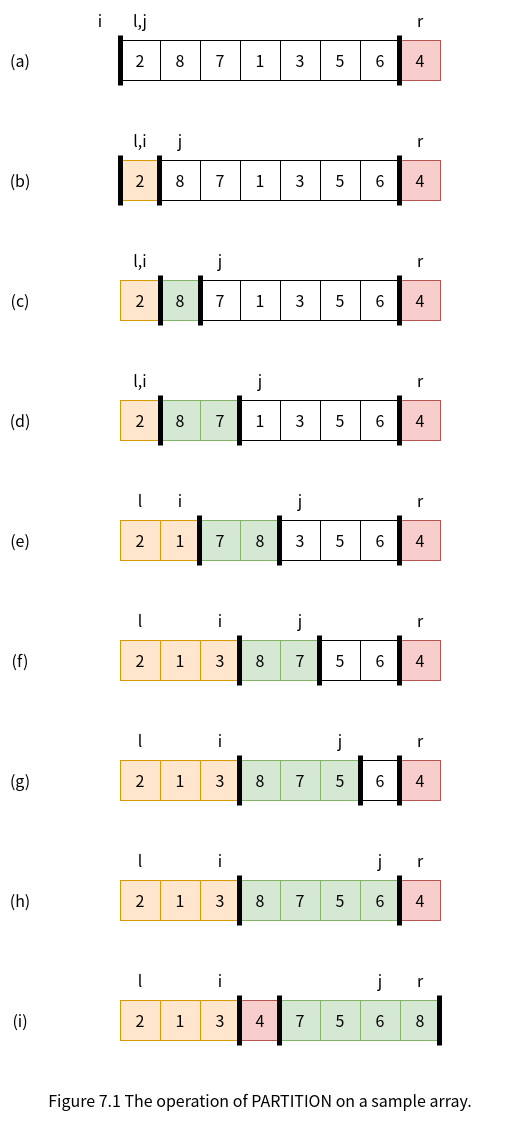
hexu1985/Data.Structures.And.Algorithms.Tutorial keeps this draw.io diagram as sort/quicksort/blog/partition.png. Above is the earlier version. Source tidied: cells renumbered, new cells last; positions are measured from the earlier drawing's top-left corner, leaving out a move shared by most shapes.
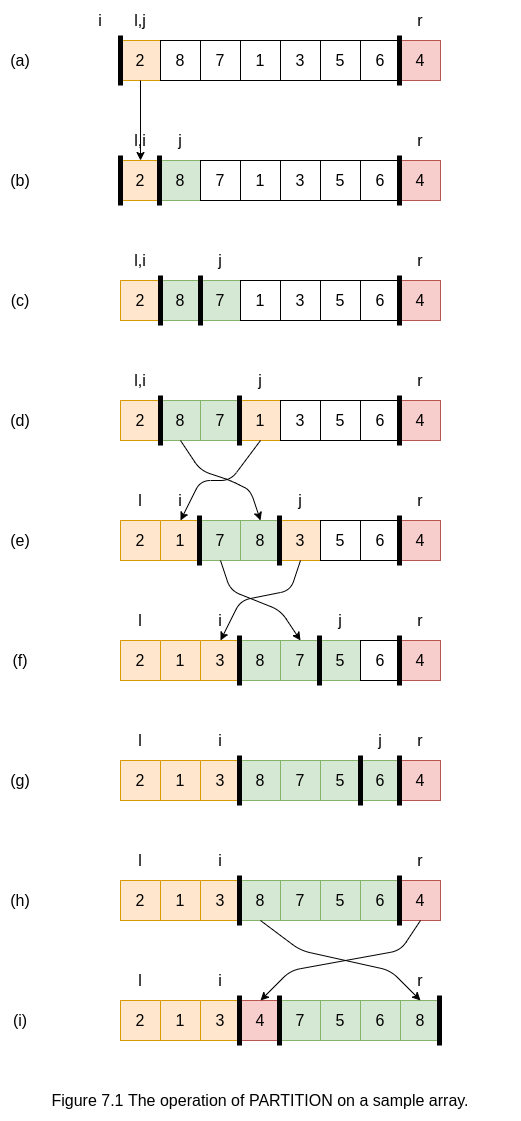
The same file after the commit.

Commit message:
update sort/quicksort/blog

What changed in the source:
```diff
@@ -2,7 +2,7 @@
   <root>
     <mxCell id="0" />
     <mxCell id="1" parent="0" />
-    <mxCell id="2" value="2" style="rounded=0;whiteSpace=wrap;html=1;fontSize=16;" parent="1" vertex="1">
+    <mxCell id="2" value="2" style="rounded=0;whiteSpace=wrap;html=1;fontSize=16;fillColor=#ffe6cc;strokeColor=#d79b00;" parent="1" vertex="1">
       <mxGeometry x="120" y="40" width="40" height="40" as="geometry" />
     </mxCell>
     <mxCell id="3" value="8" style="rounded=0;whiteSpace=wrap;html=1;fontSize=16;" parent="1" vertex="1">
@@ -53,7 +53,7 @@
     <mxCell id="16" value="2" style="rounded=0;whiteSpace=wrap;html=1;fontSize=16;fillColor=#ffe6cc;strokeColor=#d79b00;" parent="1" vertex="1">
       <mxGeometry x="120" y="160" width="40" height="40" as="geometry" />
     </mxCell>
-    <mxCell id="17" value="8" style="rounded=0;whiteSpace=wrap;html=1;fontSize=16;" parent="1" vertex="1">
+    <mxCell id="17" value="8" style="rounded=0;whiteSpace=wrap;html=1;fontSize=16;fillColor=#d5e8d4;strokeColor=#82b366;" parent="1" vertex="1">
       <mxGeometry x="160" y="160" width="40" height="40" as="geometry" />
     </mxCell>
     <mxCell id="18" value="7" style="rounded=0;whiteSpace=wrap;html=1;fontSize=16;" parent="1" vertex="1">
@@ -110,7 +110,7 @@
     <mxCell id="32" value="8" style="rounded=0;whiteSpace=wrap;html=1;fontSize=16;fillColor=#d5e8d4;strokeColor=#82b366;" parent="1" vertex="1">
       <mxGeometry x="160" y="280" width="40" height="40" as="geometry" />
     </mxCell>
-    <mxCell id="33" value="7" style="rounded=0;whiteSpace=wrap;html=1;fontSize=16;" parent="1" vertex="1">
+    <mxCell id="33" value="7" style="rounded=0;whiteSpace=wrap;html=1;fontSize=16;fillColor=#d5e8d4;strokeColor=#82b366;" parent="1" vertex="1">
       <mxGeometry x="200" y="280" width="40" height="40" as="geometry" />
     </mxCell>
     <mxCell id="34" value="1" style="rounded=0;whiteSpace=wrap;html=1;fontSize=16;" parent="1" vertex="1">
@@ -167,7 +167,7 @@
     <mxCell id="48" value="7" style="rounded=0;whiteSpace=wrap;html=1;fontSize=16;fillColor=#d5e8d4;strokeColor=#82b366;" parent="1" vertex="1">
       <mxGeometry x="200" y="400" width="40" height="40" as="geometry" />
     </mxCell>
-    <mxCell id="49" value="1" style="rounded=0;whiteSpace=wrap;html=1;fontSize=16;" parent="1" vertex="1">
+    <mxCell id="49" value="1" style="rounded=0;whiteSpace=wrap;html=1;fontSize=16;fillColor=#ffe6cc;strokeColor=#d79b00;" parent="1" vertex="1">
       <mxGeometry x="240" y="400" width="40" height="40" as="geometry" />
     </mxCell>
     <mxCell id="50" value="3" style="rounded=0;whiteSpace=wrap;html=1;fontSize=16;" parent="1" vertex="1">
@@ -224,7 +224,7 @@
     <mxCell id="64" value="1" style="rounded=0;whiteSpace=wrap;html=1;fontSize=16;fillColor=#ffe6cc;strokeColor=#d79b00;" parent="1" vertex="1">
       <mxGeometry x="160" y="520" width="40" height="40" as="geometry" />
     </mxCell>
-    <mxCell id="65" value="3" style="rounded=0;whiteSpace=wrap;html=1;fontSize=16;" parent="1" vertex="1">
+    <mxCell id="65" value="3" style="rounded=0;whiteSpace=wrap;html=1;fontSize=16;fillColor=#ffe6cc;strokeColor=#d79b00;" parent="1" vertex="1">
       <mxGeometry x="280" y="520" width="40" height="40" as="geometry" />
     </mxCell>
     <mxCell id="66" value="5" style="rounded=0;whiteSpace=wrap;html=1;fontSize=16;" parent="1" vertex="1">
@@ -284,7 +284,7 @@
     <mxCell id="81" value="3" style="rounded=0;whiteSpace=wrap;html=1;fontSize=16;fillColor=#ffe6cc;strokeColor=#d79b00;" parent="1" vertex="1">
       <mxGeometry x="200" y="640" width="40" height="40" as="geometry" />
     </mxCell>
-    <mxCell id="82" value="5" style="rounded=0;whiteSpace=wrap;html=1;fontSize=16;" parent="1" vertex="1">
+    <mxCell id="82" value="5" style="rounded=0;whiteSpace=wrap;html=1;fontSize=16;fillColor=#d5e8d4;strokeColor=#82b366;" parent="1" vertex="1">
       <mxGeometry x="320" y="640" width="40" height="40" as="geometry" />
     </mxCell>
     <mxCell id="83" value="6" style="rounded=0;whiteSpace=wrap;html=1;fontSize=16;" parent="1" vertex="1">
@@ -309,7 +309,7 @@
       <mxGeometry x="120" y="600" width="40" height="40" as="geometry" />
     </mxCell>
     <mxCell id="89" value="j" style="text;html=1;strokeColor=none;fillColor=none;align=center;verticalAlign=middle;whiteSpace=wrap;rounded=0;fontSize=16;" parent="1" vertex="1">
-      <mxGeometry x="280" y="600" width="40" height="40" as="geometry" />
+      <mxGeometry x="320" y="600" width="40" height="40" as="geometry" />
     </mxCell>
     <mxCell id="90" style="endArrow=none;html=1;rounded=0;fontSize=16;strokeColor=#000000;strokeWidth=5;jumpSize=10;entryX=0;entryY=0.75;entryDx=0;entryDy=0;" parent="1" edge="1">
       <mxGeometry relative="1" as="geometry">
@@ -344,7 +344,7 @@
     <mxCell id="98" value="5" style="rounded=0;whiteSpace=wrap;html=1;fontSize=16;fillColor=#d5e8d4;strokeColor=#82b366;" parent="1" vertex="1">
       <mxGeometry x="320" y="760" width="40" height="40" as="geometry" />
     </mxCell>
-    <mxCell id="99" value="6" style="rounded=0;whiteSpace=wrap;html=1;fontSize=16;" parent="1" vertex="1">
+    <mxCell id="99" value="6" style="rounded=0;whiteSpace=wrap;html=1;fontSize=16;fillColor=#d5e8d4;strokeColor=#82b366;" parent="1" vertex="1">
       <mxGeometry x="360" y="760" width="40" height="40" as="geometry" />
     </mxCell>
     <mxCell id="100" value="4" style="rounded=0;whiteSpace=wrap;html=1;fontSize=16;fillColor=#f8cecc;strokeColor=#b85450;" parent="1" vertex="1">
@@ -366,7 +366,7 @@
       <mxGeometry x="120" y="720" width="40" height="40" as="geometry" />
     </mxCell>
     <mxCell id="105" value="j" style="text;html=1;strokeColor=none;fillColor=none;align=center;verticalAlign=middle;whiteSpace=wrap;rounded=0;fontSize=16;" parent="1" vertex="1">
-      <mxGeometry x="320" y="720" width="40" height="40" as="geometry" />
+      <mxGeometry x="360" y="720" width="40" height="40" as="geometry" />
     </mxCell>
     <mxCell id="106" style="endArrow=none;html=1;rounded=0;fontSize=16;strokeColor=#000000;strokeWidth=5;jumpSize=10;entryX=0;entryY=0.75;entryDx=0;entryDy=0;" parent="1" edge="1">
       <mxGeometry relative="1" as="geometry">
@@ -431,9 +431,6 @@
     <mxCell id="122" value="i" style="text;html=1;strokeColor=none;fillColor=none;align=center;verticalAlign=middle;whiteSpace=wrap;rounded=0;fontSize=16;" parent="1" vertex="1">
       <mxGeometry x="200" y="840" width="40" height="40" as="geometry" />
     </mxCell>
-    <mxCell id="123" value="j" style="text;html=1;strokeColor=none;fillColor=none;align=center;verticalAlign=middle;whiteSpace=wrap;rounded=0;fontSize=16;" parent="1" vertex="1">
-      <mxGeometry x="360" y="840" width="40" height="40" as="geometry" />
-    </mxCell>
     <mxCell id="124" value="2" style="rounded=0;whiteSpace=wrap;html=1;fontSize=16;fillColor=#ffe6cc;strokeColor=#d79b00;" parent="1" vertex="1">
       <mxGeometry x="120" y="1000" width="40" height="40" as="geometry" />
     </mxCell>
@@ -488,11 +485,60 @@
     <mxCell id="138" value="i" style="text;html=1;strokeColor=none;fillColor=none;align=center;verticalAlign=middle;whiteSpace=wrap;rounded=0;fontSize=16;" parent="1" vertex="1">
       <mxGeometry x="200" y="960" width="40" height="40" as="geometry" />
     </mxCell>
-    <mxCell id="139" value="j" style="text;html=1;strokeColor=none;fillColor=none;align=center;verticalAlign=middle;whiteSpace=wrap;rounded=0;fontSize=16;" parent="1" vertex="1">
-      <mxGeometry x="360" y="960" width="40" height="40" as="geometry" />
-    </mxCell>
     <mxCell id="140" value="Figure 7.1 The operation of PARTITION on a sample array." style="text;html=1;strokeColor=none;fillColor=none;align=center;verticalAlign=middle;whiteSpace=wrap;rounded=0;fontSize=16;" parent="1" vertex="1">
       <mxGeometry y="1080" width="520" height="40" as="geometry" />
     </mxCell>
+    <mxCell id="141" style="endArrow=classic;html=1;entryX=0.5;entryY=1;entryDx=0;entryDy=0;exitX=0.5;exitY=1;exitDx=0;exitDy=0;" parent="1" edge="1" source="49" target="76">
+      <mxGeometry relative="1" as="geometry">
+        <Array as="points">
+          <mxPoint x="230" y="480" />
+          <mxPoint x="200" y="480" />
+        </Array>
+      </mxGeometry>
+    </mxCell>
+    <mxCell id="142" style="endArrow=classic;html=1;entryX=0.5;entryY=0;entryDx=0;entryDy=0;exitX=0.5;exitY=1;exitDx=0;exitDy=0;" parent="1" edge="1" source="47" target="62">
+      <mxGeometry relative="1" as="geometry">
+        <Array as="points">
+          <mxPoint x="200" y="470" />
+          <mxPoint x="230" y="480" />
+          <mxPoint x="250" y="490" />
+        </Array>
+      </mxGeometry>
+    </mxCell>
+    <mxCell id="143" style="endArrow=classic;html=1;entryX=0.5;entryY=1;entryDx=0;entryDy=0;exitX=0.5;exitY=1;exitDx=0;exitDy=0;" parent="1" edge="1" source="65" target="92">
+      <mxGeometry relative="1" as="geometry">
+        <Array as="points">
+          <mxPoint x="290" y="590" />
+          <mxPoint x="240" y="600" />
+        </Array>
+      </mxGeometry>
+    </mxCell>
+    <mxCell id="144" style="endArrow=classic;html=1;entryX=0.5;entryY=0;entryDx=0;entryDy=0;exitX=0.5;exitY=1;exitDx=0;exitDy=0;" parent="1" edge="1" source="63" target="79">
+      <mxGeometry relative="1" as="geometry">
+        <Array as="points">
+          <mxPoint x="230" y="590" />
+          <mxPoint x="280" y="610" />
+        </Array>
+      </mxGeometry>
+    </mxCell>
+    <mxCell id="145" style="endArrow=classic;html=1;entryX=0.5;entryY=1;entryDx=0;entryDy=0;exitX=0.5;exitY=1;exitDx=0;exitDy=0;" parent="1" edge="1" source="2" target="25">
+      <mxGeometry relative="1" as="geometry" />
+    </mxCell>
+    <mxCell id="146" style="endArrow=classic;html=1;entryX=0.5;entryY=0;entryDx=0;entryDy=0;exitX=0.5;exitY=1;exitDx=0;exitDy=0;" parent="1" edge="1" source="116" target="131">
+      <mxGeometry relative="1" as="geometry">
+        <Array as="points">
+          <mxPoint x="400" y="950" />
+          <mxPoint x="290" y="970" />
+        </Array>
+      </mxGeometry>
+    </mxCell>
+    <mxCell id="147" style="endArrow=classic;html=1;entryX=0.5;entryY=1;entryDx=0;entryDy=0;exitX=0.5;exitY=1;exitDx=0;exitDy=0;" parent="1" edge="1" source="110" target="132">
+      <mxGeometry relative="1" as="geometry">
+        <Array as="points">
+          <mxPoint x="300" y="950" />
+          <mxPoint x="390" y="970" />
+        </Array>
+      </mxGeometry>
+    </mxCell>
   </root>
 </mxGraphModel>
```
